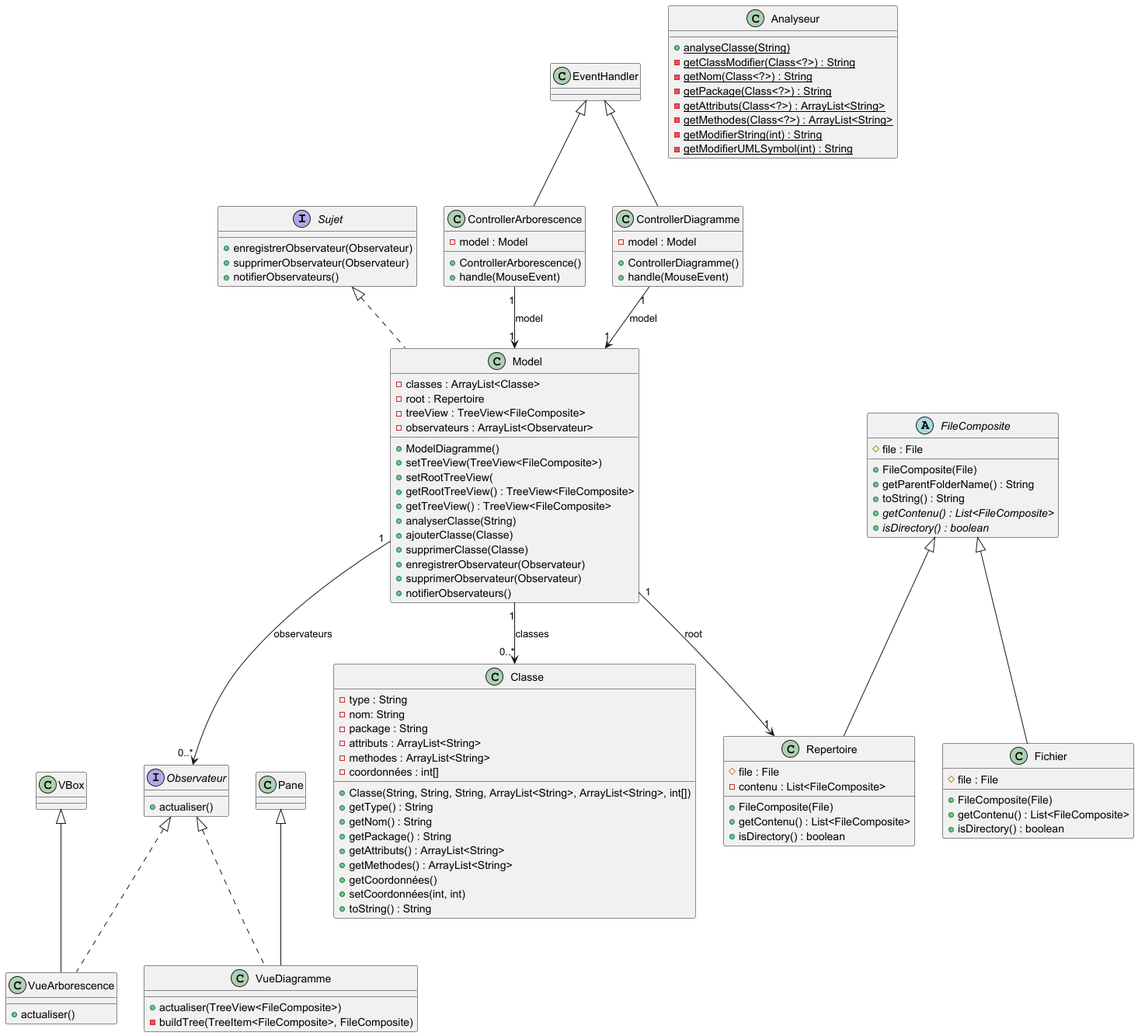
The PlantUML diagram Documents/Iteration1/DiagrammeDeClasse.png in ByZorks/SAE-3.01, before a commit.
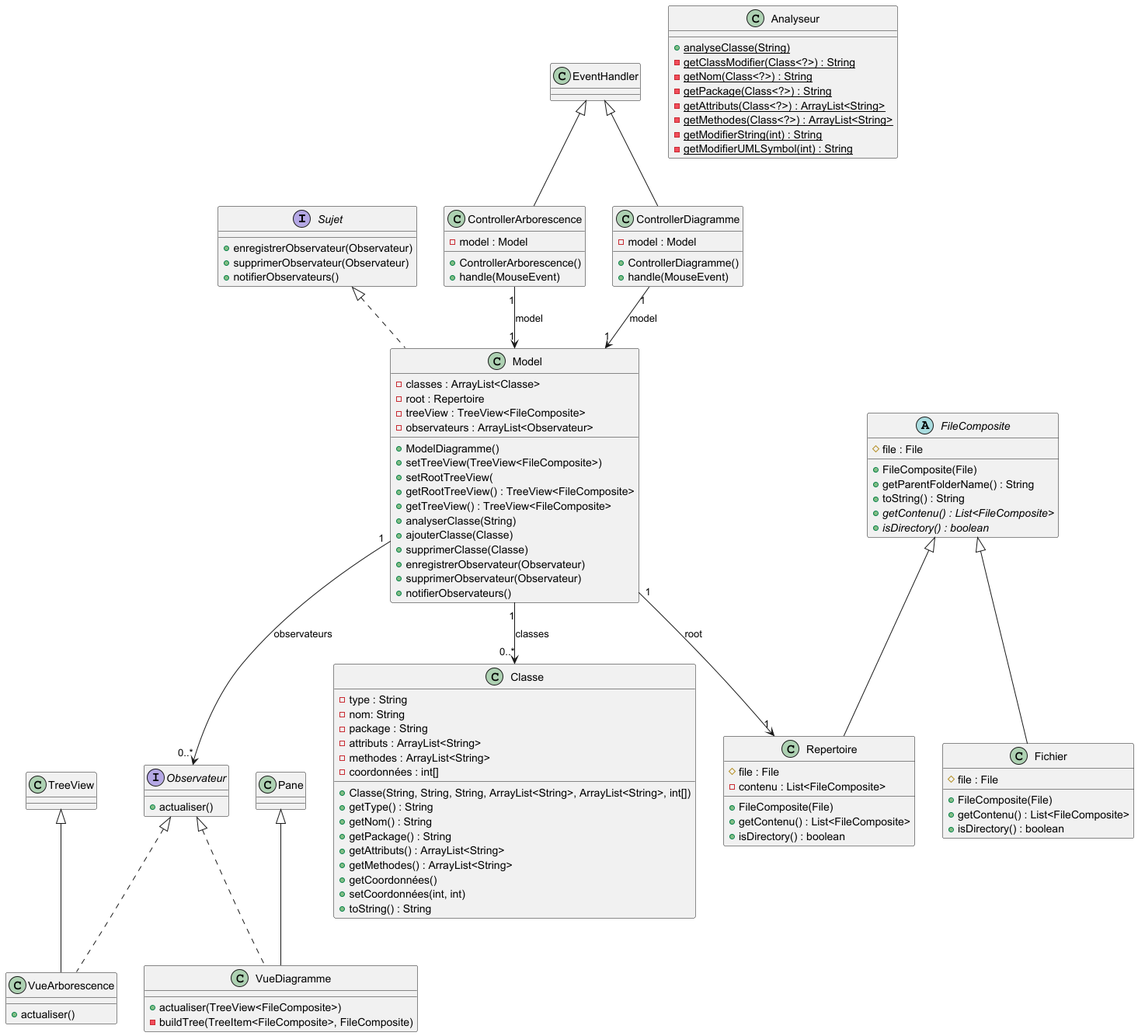
After the change.

Commit message:
correction diag classe

What changed in the source:
```diff
@@ -9,16 +9,16 @@
     + actualiser()
 }
 
-class VueArborescence {
+class VueArborescence extends TreeView implements Observateur {
     + actualiser()
 }
 
-class VueDiagramme {
+class VueDiagramme extends Pane implements Observateur {
     + actualiser(TreeView<FileComposite>)
     - buildTree(TreeItem<FileComposite>, FileComposite)
 }
 
-class Model {
+class Model implements Sujet {
     - classes : ArrayList<Classe>
     - root : Repertoire
     - treeView : TreeView<FileComposite>
@@ -36,13 +36,13 @@
     + notifierObservateurs()
 }
 
-class ControllerArborescence {
+class ControllerArborescence extends EventHandler {
     - model : Model
     + ControllerArborescence()
     + handle(MouseEvent)
 }
 
-class ControllerDiagramme {
+class ControllerDiagramme extends EventHandler {
     - model : Model
     + ControllerDiagramme()
     + handle(MouseEvent)
@@ -57,14 +57,14 @@
     + {abstract} isDirectory() : boolean
 }
 
-class Fichier {
+class Fichier extends FileComposite {
     # file : File
     + FileComposite(File)
     + getContenu() : List<FileComposite>
     + isDirectory() : boolean
 }
 
-class Repertoire {
+class Repertoire extends FileComposite {
     # file : File
     - contenu : List<FileComposite>
     + FileComposite(File)
@@ -101,24 +101,10 @@
     - {static} getModifierUMLSymbol(int) : String
 }
 
-Sujet <|.. Model
-
-Observateur <|.. VueArborescence
-Observateur <|.. VueDiagramme
-
-VBox <|-- VueArborescence
-Pane <|-- VueDiagramme
-
-FileComposite <|-- Fichier
-FileComposite <|-- Repertoire
-
 Model "1" --> "0..*" Classe : classes
 Model "1" --> "1" Repertoire : root
 Model "1" --> "0..*" Observateur : observateurs
 
 ControllerArborescence "1" --> "1" Model : model
 ControllerDiagramme "1" --> "1" Model : model
-
-EventHandler <|-- ControllerArborescence
-EventHandler <|-- ControllerDiagramme
 @enduml
```
